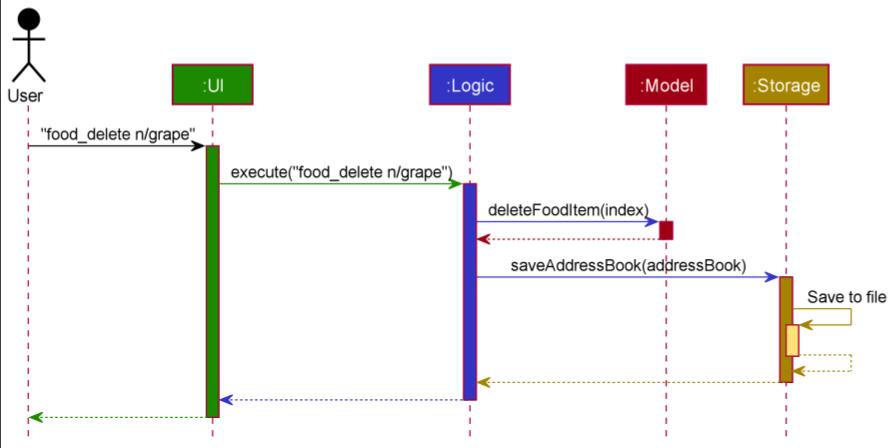
The PlantUML diagram docs/images/ArchitectureSequenceDiagram.png in nus-cs2103-AY2021S2/tp, before a commit. Its source is kept beside it as docs/diagrams/ArchitectureSequenceDiagram.puml.
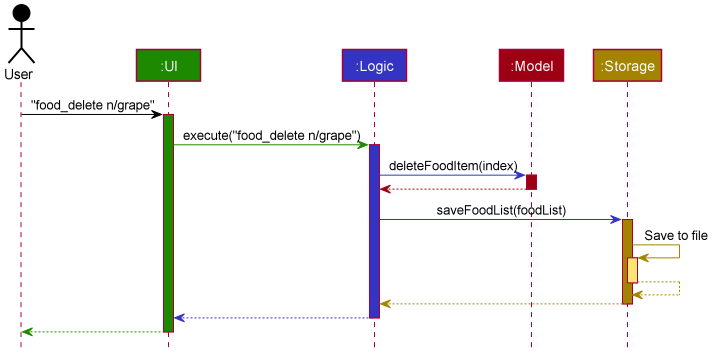
The same diagram one commit later.

Commit message:
Update Architecture sequence diagram

The edit, as a diff of the source:
```diff
@@ -19,7 +19,7 @@
 model -[MODEL_COLOR]-> logic
 deactivate model
 
-logic -[LOGIC_COLOR]> storage : saveAddressBook(addressBook)
+logic -[LOGIC_COLOR]> storage : saveFoodList(foodList)
 activate storage STORAGE_COLOR
 
 storage -[STORAGE_COLOR]> storage : Save to file
```
